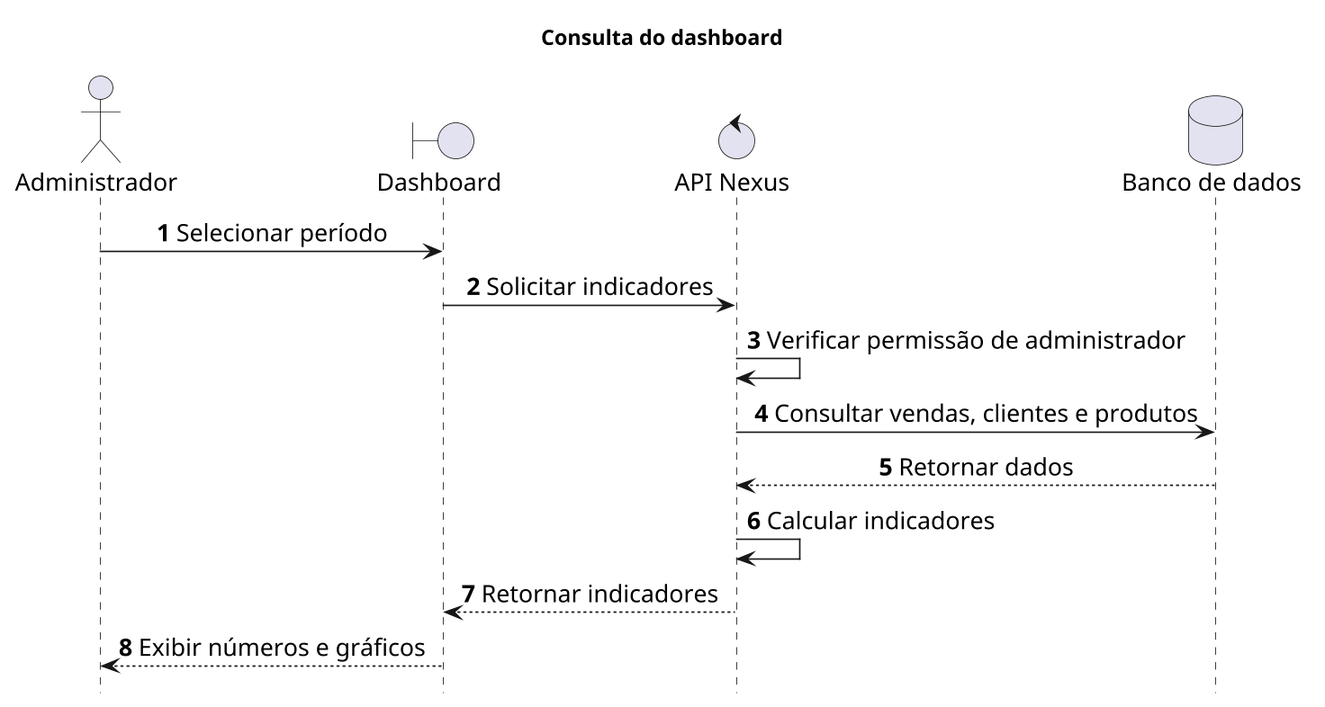
The PlantUML diagram documentacao/evolucao/diagramas/04-sequencia-dashboard.png in Mumurilo375/nexusFull, before a commit. Its diagram source:
```plantuml
@startuml
skinparam backgroundColor white
skinparam shadowing false
skinparam defaultFontName SansSerif
skinparam defaultFontSize 16
skinparam dpi 160
skinparam sequenceMessageAlign center
skinparam ParticipantBackgroundColor #EFF6FF
skinparam ParticipantBorderColor #2563EB
skinparam LifeLineBorderColor #94A3B8
hide footbox
autonumber
title Consulta do dashboard
actor Administrador as A
boundary Dashboard as D
control "API Nexus" as API
database "Banco de dados" as B

A -> D : Selecionar período
D -> API : Solicitar indicadores
API -> API : Verificar permissão de administrador
API -> B : Consultar vendas, clientes e produtos
B --> API : Retornar dados
API -> API : Calcular indicadores
API --> D : Retornar indicadores
D --> A : Exibir números e gráficos
@enduml
```
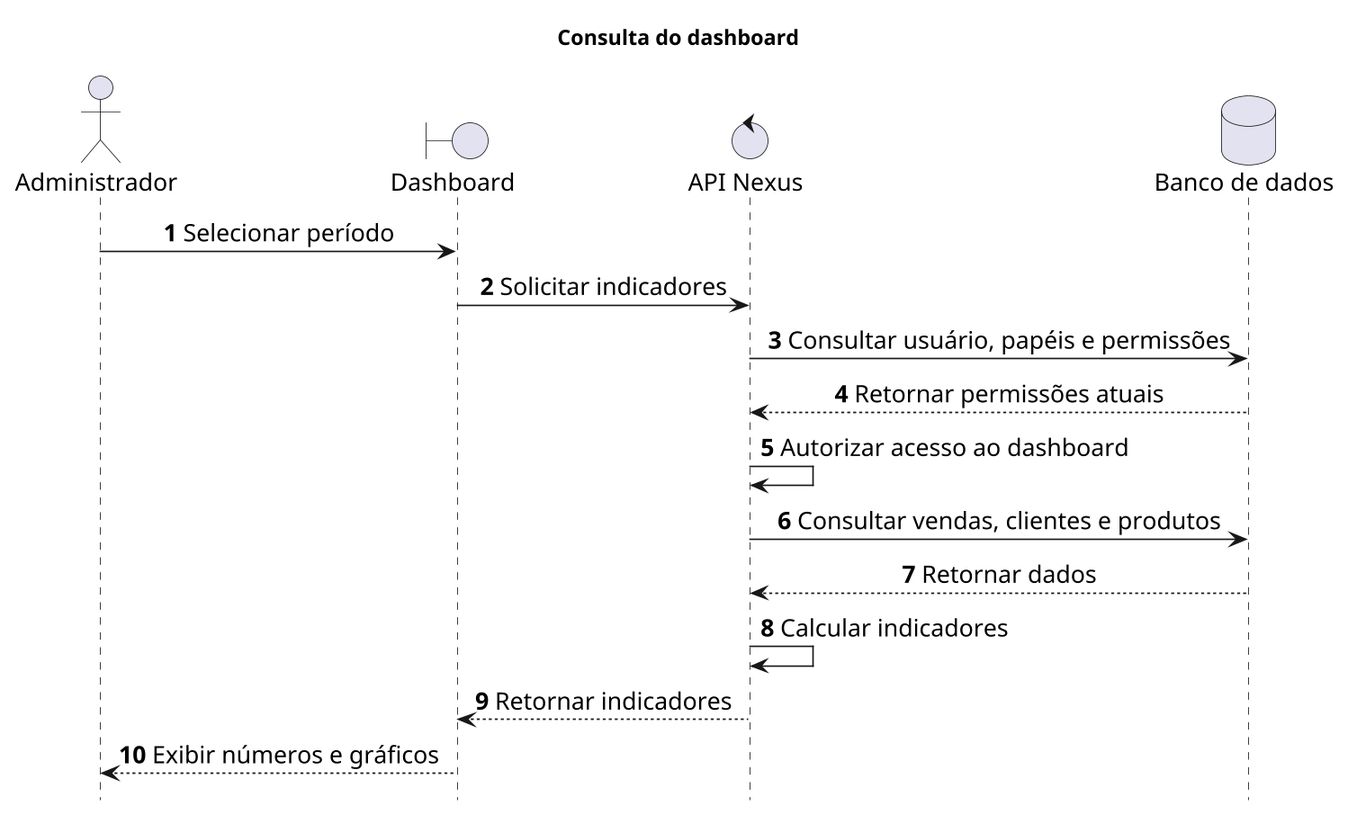
Above is the later version.

Diff of the diagram source:
```diff
@@ -18,7 +18,9 @@
 
 A -> D : Selecionar período
 D -> API : Solicitar indicadores
-API -> API : Verificar permissão de administrador
+API -> B : Consultar usuário, papéis e permissões
+B --> API : Retornar permissões atuais
+API -> API : Autorizar acesso ao dashboard
 API -> B : Consultar vendas, clientes e produtos
 B --> API : Retornar dados
 API -> API : Calcular indicadores
```
